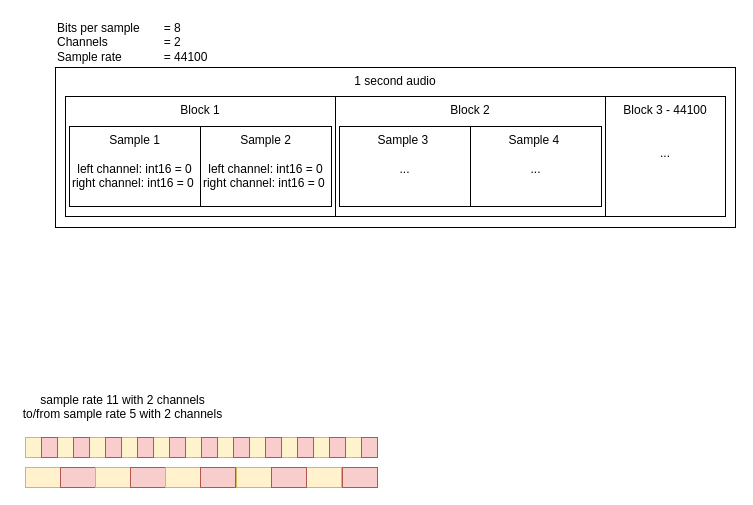
The draw.io diagram resources/doc/wave_audio_stream.drawio in NtFreX/NtFreX.Audio, before the edit. Source tidied: cells renumbered, new cells numbered last; positions are measured from the earlier drawing's top-left corner, leaving out a move shared by most shapes. Both pictures are drawn from the tidied source at 100%, with x=0, y=0 at pixel (17, 17).
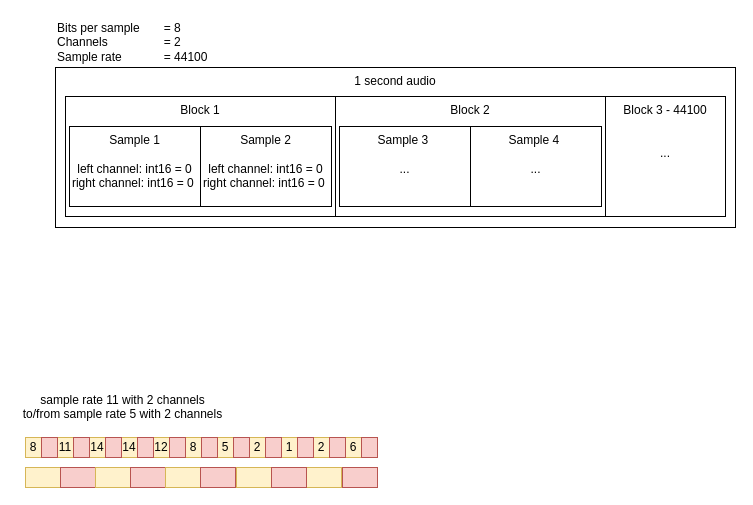
Above is the later version.

The edit, as a diff of the source:
```diff
@@
-    <mxCell id="11" style="rounded=0;whiteSpace=wrap;html=1;align=center;verticalAlign=top;fillColor=#fff2cc;strokeColor=#d6b656;" parent="1" vertex="1">
+    <mxCell id="11" value="8" style="rounded=0;whiteSpace=wrap;html=1;align=center;verticalAlign=middle;fillColor=#fff2cc;strokeColor=#d6b656;" parent="1" vertex="1">
       <mxGeometry x="8" y="420" width="16" height="20" as="geometry" />
     </mxCell>
@@
-    <mxCell id="13" style="rounded=0;whiteSpace=wrap;html=1;align=center;verticalAlign=top;fillColor=#fff2cc;strokeColor=#d6b656;" parent="1" vertex="1">
+    <mxCell id="13" value="11" style="rounded=0;whiteSpace=wrap;html=1;align=center;verticalAlign=middle;fillColor=#fff2cc;strokeColor=#d6b656;" parent="1" vertex="1">
       <mxGeometry x="40" y="420" width="16" height="20" as="geometry" />
     </mxCell>
@@
-    <mxCell id="15" style="rounded=0;whiteSpace=wrap;html=1;align=center;verticalAlign=top;fillColor=#fff2cc;strokeColor=#d6b656;" parent="1" vertex="1">
+    <mxCell id="15" value="14" style="rounded=0;whiteSpace=wrap;html=1;align=center;verticalAlign=middle;fillColor=#fff2cc;strokeColor=#d6b656;" parent="1" vertex="1">
       <mxGeometry x="72" y="420" width="16" height="20" as="geometry" />
     </mxCell>
@@
-    <mxCell id="17" style="rounded=0;whiteSpace=wrap;html=1;align=center;verticalAlign=top;fillColor=#fff2cc;strokeColor=#d6b656;" parent="1" vertex="1">
+    <mxCell id="17" value="14" style="rounded=0;whiteSpace=wrap;html=1;align=center;verticalAlign=middle;fillColor=#fff2cc;strokeColor=#d6b656;" parent="1" vertex="1">
       <mxGeometry x="104" y="420" width="16" height="20" as="geometry" />
     </mxCell>
@@
-    <mxCell id="19" style="rounded=0;whiteSpace=wrap;html=1;align=center;verticalAlign=top;fillColor=#fff2cc;strokeColor=#d6b656;" parent="1" vertex="1">
+    <mxCell id="19" value="12" style="rounded=0;whiteSpace=wrap;html=1;align=center;verticalAlign=middle;fillColor=#fff2cc;strokeColor=#d6b656;" parent="1" vertex="1">
       <mxGeometry x="136" y="420" width="16" height="20" as="geometry" />
     </mxCell>
@@
-    <mxCell id="21" style="rounded=0;whiteSpace=wrap;html=1;align=center;verticalAlign=top;fillColor=#fff2cc;strokeColor=#d6b656;" parent="1" vertex="1">
+    <mxCell id="21" value="8" style="rounded=0;whiteSpace=wrap;html=1;align=center;verticalAlign=middle;fillColor=#fff2cc;strokeColor=#d6b656;" parent="1" vertex="1">
       <mxGeometry x="168" y="420" width="16" height="20" as="geometry" />
     </mxCell>
@@
-    <mxCell id="23" style="rounded=0;whiteSpace=wrap;html=1;align=center;verticalAlign=top;fillColor=#fff2cc;strokeColor=#d6b656;" parent="1" vertex="1">
+    <mxCell id="23" value="5" style="rounded=0;whiteSpace=wrap;html=1;align=center;verticalAlign=middle;fillColor=#fff2cc;strokeColor=#d6b656;" parent="1" vertex="1">
       <mxGeometry x="200" y="420" width="16" height="20" as="geometry" />
     </mxCell>
@@
-    <mxCell id="25" style="rounded=0;whiteSpace=wrap;html=1;align=center;verticalAlign=top;fillColor=#fff2cc;strokeColor=#d6b656;" parent="1" vertex="1">
+    <mxCell id="25" value="2" style="rounded=0;whiteSpace=wrap;html=1;align=center;verticalAlign=middle;fillColor=#fff2cc;strokeColor=#d6b656;" parent="1" vertex="1">
       <mxGeometry x="232" y="420" width="16" height="20" as="geometry" />
     </mxCell>
@@
-    <mxCell id="27" style="rounded=0;whiteSpace=wrap;html=1;align=center;verticalAlign=top;fillColor=#fff2cc;strokeColor=#d6b656;" parent="1" vertex="1">
+    <mxCell id="27" value="1" style="rounded=0;whiteSpace=wrap;html=1;align=center;verticalAlign=middle;fillColor=#fff2cc;strokeColor=#d6b656;" parent="1" vertex="1">
       <mxGeometry x="264" y="420" width="16" height="20" as="geometry" />
     </mxCell>
@@
-    <mxCell id="29" style="rounded=0;whiteSpace=wrap;html=1;align=center;verticalAlign=top;fillColor=#fff2cc;strokeColor=#d6b656;" parent="1" vertex="1">
+    <mxCell id="29" value="2" style="rounded=0;whiteSpace=wrap;html=1;align=center;verticalAlign=middle;fillColor=#fff2cc;strokeColor=#d6b656;" parent="1" vertex="1">
       <mxGeometry x="296" y="420" width="16" height="20" as="geometry" />
     </mxCell>
@@
-    <mxCell id="31" style="rounded=0;whiteSpace=wrap;html=1;align=center;verticalAlign=top;fillColor=#fff2cc;strokeColor=#d6b656;" parent="1" vertex="1">
+    <mxCell id="31" value="6" style="rounded=0;whiteSpace=wrap;html=1;align=center;verticalAlign=middle;fillColor=#fff2cc;strokeColor=#d6b656;" parent="1" vertex="1">
       <mxGeometry x="328" y="420" width="16" height="20" as="geometry" />
     </mxCell>
```
